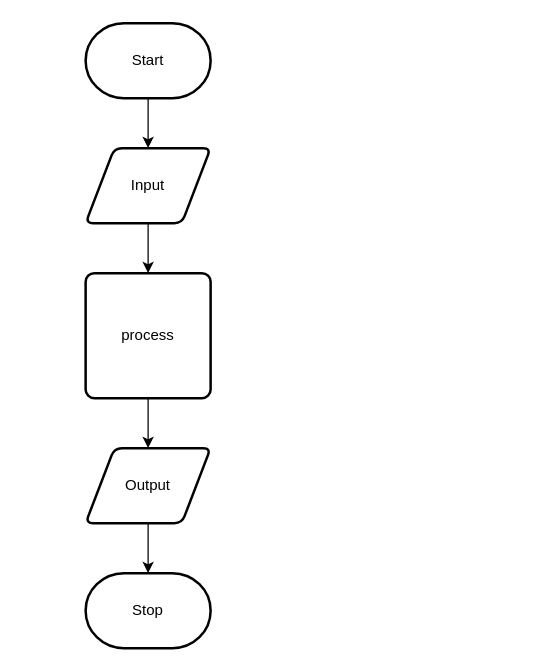
Earlier version of the draw.io diagram design/flow-chart.drawio (Kenny-Le-281/ICS2O-Unit5-02-HTML). Source tidied: cells renumbered, new cells numbered last; positions are measured from the earlier drawing's top-left corner, leaving out a move shared by most shapes. Both pictures are drawn from the tidied source at 125%, with x=0, y=0 at pixel (85, 22).
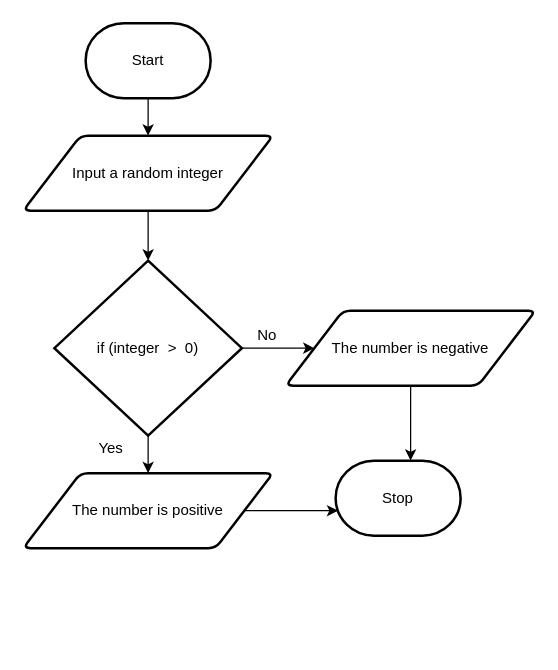
After the change.

What changed in the source:
```diff
@@
 <mxGraphModel>
   <root>
     <mxCell id="0" />
     <mxCell id="1" parent="0" />
     <mxCell id="2" style="edgeStyle=none;html=1;" parent="1" edge="1" source="3" target="5">
       <mxGeometry relative="1" as="geometry" />
     </mxCell>
     <mxCell id="3" value="Start" style="strokeWidth=2;html=1;shape=mxgraph.flowchart.terminator;whiteSpace=wrap;" parent="1" vertex="1">
       <mxGeometry width="100" height="60" as="geometry" />
     </mxCell>
-    <mxCell id="4" style="edgeStyle=none;html=1;" parent="1" edge="1" source="5" target="7">
+    <mxCell id="4" style="edgeStyle=none;html=1;entryX=0.5;entryY=0;entryDx=0;entryDy=0;entryPerimeter=0;" parent="1" edge="1" source="5" target="8">
       <mxGeometry relative="1" as="geometry" />
     </mxCell>
-    <mxCell id="5" value="Input" style="shape=parallelogram;html=1;strokeWidth=2;perimeter=parallelogramPerimeter;whiteSpace=wrap;rounded=1;arcSize=12;size=0.23;" parent="1" vertex="1">
-      <mxGeometry y="100" width="100" height="60" as="geometry" />
+    <mxCell id="5" value="Input a random integer" style="shape=parallelogram;html=1;strokeWidth=2;perimeter=parallelogramPerimeter;whiteSpace=wrap;rounded=1;arcSize=12;size=0.23;" parent="1" vertex="1">
+      <mxGeometry x="-50" y="90" width="200" height="60" as="geometry" />
     </mxCell>
-    <mxCell id="6" style="edgeStyle=none;html=1;" parent="1" edge="1" source="7" target="9">
-      <mxGeometry relative="1" as="geometry" />
-    </mxCell>
-    <mxCell id="7" value="process" style="rounded=1;whiteSpace=wrap;html=1;absoluteArcSize=1;arcSize=14;strokeWidth=2;" parent="1" vertex="1">
-      <mxGeometry y="200" width="100" height="100" as="geometry" />
-    </mxCell>
+    <mxCell id="11" style="edgeStyle=none;html=1;entryX=0.5;entryY=0;entryDx=0;entryDy=0;" parent="1" edge="1" source="8" target="14">
+      <mxGeometry relative="1" as="geometry" />
+    </mxCell>
+    <mxCell id="12" style="edgeStyle=none;html=1;entryX=0;entryY=0.5;entryDx=0;entryDy=0;" parent="1" edge="1" source="8" target="16">
+      <mxGeometry relative="1" as="geometry" />
+    </mxCell>
-    <mxCell id="8" style="edgeStyle=none;html=1;" parent="1" edge="1" source="9" target="10">
-      <mxGeometry relative="1" as="geometry" />
+    <mxCell id="8" value="if (integer&amp;nbsp; &amp;gt;&amp;nbsp; 0)" style="strokeWidth=2;html=1;shape=mxgraph.flowchart.decision;whiteSpace=wrap;" parent="1" vertex="1">
+      <mxGeometry x="-25" y="190" width="150" height="140" as="geometry" />
     </mxCell>
-    <mxCell id="9" value="Output" style="shape=parallelogram;html=1;strokeWidth=2;perimeter=parallelogramPerimeter;whiteSpace=wrap;rounded=1;arcSize=12;size=0.23;" parent="1" vertex="1">
-      <mxGeometry y="340" width="100" height="60" as="geometry" />
-    </mxCell>
+    <mxCell id="13" style="edgeStyle=none;html=1;entryX=0.02;entryY=0.667;entryDx=0;entryDy=0;entryPerimeter=0;" parent="1" edge="1" source="14" target="10">
+      <mxGeometry relative="1" as="geometry" />
+    </mxCell>
+    <mxCell id="14" value="The number is positive" style="shape=parallelogram;html=1;strokeWidth=2;perimeter=parallelogramPerimeter;whiteSpace=wrap;rounded=1;arcSize=12;size=0.23;" parent="1" vertex="1">
+      <mxGeometry x="-50" y="360" width="200" height="60" as="geometry" />
+    </mxCell>
+    <mxCell id="15" style="edgeStyle=none;html=1;entryX=0.6;entryY=0;entryDx=0;entryDy=0;entryPerimeter=0;" parent="1" edge="1" source="16" target="10">
+      <mxGeometry relative="1" as="geometry" />
+    </mxCell>
+    <mxCell id="16" value="The number is negative" style="shape=parallelogram;html=1;strokeWidth=2;perimeter=parallelogramPerimeter;whiteSpace=wrap;rounded=1;arcSize=12;size=0.23;" parent="1" vertex="1">
+      <mxGeometry x="160" y="230" width="200" height="60" as="geometry" />
+    </mxCell>
+    <mxCell id="17" value="Yes" style="text;html=1;align=center;verticalAlign=middle;fillColor=none;strokeColor=none;rounded=0;" parent="1" vertex="1">
+      <mxGeometry y="330" width="40" height="20" as="geometry" />
+    </mxCell>
+    <mxCell id="18" value="No" style="text;html=1;align=center;verticalAlign=middle;fillColor=none;strokeColor=none;rounded=0;" parent="1" vertex="1">
+      <mxGeometry x="130" y="240" width="30" height="20" as="geometry" />
+    </mxCell>
     <mxCell id="10" value="Stop" style="strokeWidth=2;html=1;shape=mxgraph.flowchart.terminator;whiteSpace=wrap;" parent="1" vertex="1">
-      <mxGeometry y="440" width="100" height="60" as="geometry" />
+      <mxGeometry x="200" y="350" width="100" height="60" as="geometry" />
     </mxCell>
   </root>
 </mxGraphModel>
```
